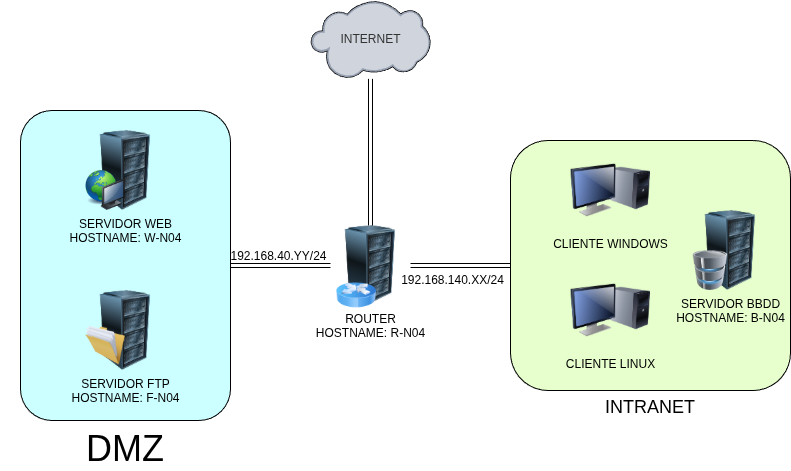
This is media/DISEÑO RED.png from UnaiLlagostera-ITB2425/P0.0-ASIXc2AC-G04, a draw.io export, as it was before one commit. Source tidied: cells renumbered, new cells last; positions are measured from the earlier drawing's top-left corner, leaving out a move shared by most shapes. The source it was exported from:
```xml
<mxGraphModel>
  <root>
    <mxCell id="0" />
    <mxCell id="1" parent="0" />
    <mxCell id="2" value="&lt;span style=&quot;font-size: 18px;&quot;&gt;INTRANET&lt;/span&gt;" style="rounded=1;whiteSpace=wrap;html=1;fillColor=#E6FFCC;labelPosition=center;verticalLabelPosition=bottom;align=center;verticalAlign=top;" parent="1" vertex="1">
      <mxGeometry x="510" y="140" width="280" height="250" as="geometry" />
    </mxCell>
    <mxCell id="3" style="group;" parent="1" vertex="1">
      <mxGeometry x="330" y="225" width="80" height="100" as="geometry" />
    </mxCell>
    <mxCell id="4" value="ROUTER&lt;div&gt;HOSTNAME: R-N04&lt;/div&gt;" style="image;html=1;image=img/lib/clip_art/computers/Server_Rack_128x128.png;labelBackgroundColor=none;" parent="3" vertex="1">
      <mxGeometry width="80" height="80" as="geometry" />
    </mxCell>
    <mxCell id="5" style="image;html=1;image=img/lib/clip_art/networking/Router_Icon_128x128.png;" parent="3" vertex="1">
      <mxGeometry x="6" y="40" width="40" height="60" as="geometry" />
    </mxCell>
    <mxCell id="6" value="INTERNET" style="verticalLabelPosition=middle;sketch=0;html=1;verticalAlign=middle;align=center;outlineConnect=0;shape=mxgraph.citrix.cloud;labelPosition=center;fillColor=#f5f5f5;fontColor=#333333;strokeColor=#666666;" parent="1" vertex="1">
      <mxGeometry x="310" width="120" height="78.3" as="geometry" />
    </mxCell>
    <mxCell id="7" value="CLIENTE LINUX" style="image;html=1;image=img/lib/clip_art/computers/Monitor_Tower_128x128.png;labelBackgroundColor=none;" parent="1" vertex="1">
      <mxGeometry x="570" y="270" width="80" height="80" as="geometry" />
    </mxCell>
    <mxCell id="8" value="CLIENTE WINDOWS" style="image;html=1;image=img/lib/clip_art/computers/Monitor_Tower_128x128.png;labelBackgroundColor=none;" parent="1" vertex="1">
      <mxGeometry x="570" y="150" width="80" height="80" as="geometry" />
    </mxCell>
    <mxCell id="9" style="shape=link;html=1;rounded=0;exitX=0.5;exitY=0;exitDx=0;exitDy=0;" parent="1" edge="1" source="4" target="6">
      <mxGeometry relative="1" as="geometry" />
    </mxCell>
    <mxCell id="10" style="shape=link;html=1;rounded=0;exitX=1;exitY=0.5;exitDx=0;exitDy=0;entryX=0;entryY=0.5;entryDx=0;entryDy=0;" parent="1" edge="1" source="4" target="2">
      <mxGeometry relative="1" as="geometry" />
    </mxCell>
    <mxCell id="11" value="192.168.140.XX/24" style="edgeLabel;html=1;align=center;verticalAlign=top;fontSize=12;" parent="10" vertex="1">
      <mxGeometry x="-0.18" y="-1" relative="1" as="geometry" />
    </mxCell>
    <mxCell id="12" style="shape=link;html=1;rounded=0;exitX=1;exitY=0.5;exitDx=0;exitDy=0;entryX=0;entryY=0.5;entryDx=0;entryDy=0;" parent="1" edge="1" source="15" target="4">
      <mxGeometry relative="1" as="geometry" />
    </mxCell>
    <mxCell id="13" value="192.168.40.YY/24" style="edgeLabel;html=1;align=center;verticalAlign=bottom;fontSize=12;" parent="12" vertex="1">
      <mxGeometry x="-0.05" y="1" relative="1" as="geometry" />
    </mxCell>
    <mxCell id="14" style="group;" parent="1" vertex="1">
      <mxGeometry y="110" width="310" height="310" as="geometry" />
    </mxCell>
    <mxCell id="15" value="&lt;div&gt;&lt;span style=&quot;background-color: transparent; color: light-dark(rgb(0, 0, 0), rgb(255, 255, 255)); font-size: 36px;&quot;&gt;DMZ&lt;/span&gt;&lt;/div&gt;" style="rounded=1;whiteSpace=wrap;html=1;fillColor=#CCFFFF;align=center;labelPosition=center;verticalLabelPosition=bottom;verticalAlign=top;" parent="14" vertex="1">
      <mxGeometry x="20" width="210" height="310" as="geometry" />
    </mxCell>
    <mxCell id="16" style="group;fillColor=none;labelBackgroundColor=none;fontColor=default;" parent="14" vertex="1">
      <mxGeometry x="85" y="20" width="80" height="80" as="geometry" />
    </mxCell>
    <mxCell id="17" value="&lt;font&gt;SERVIDOR WEB&lt;/font&gt;&lt;div&gt;&lt;font&gt;HOSTNAME: W-N04&lt;/font&gt;&lt;/div&gt;" style="image;html=1;image=img/lib/clip_art/computers/Server_Rack_128x128.png;labelBackgroundColor=none;" parent="16" vertex="1">
      <mxGeometry width="80" height="80" as="geometry" />
    </mxCell>
    <mxCell id="18" style="image;html=1;image=img/lib/clip_art/computers/Network_128x128.png;" parent="16" vertex="1">
      <mxGeometry y="40" width="40" height="40" as="geometry" />
    </mxCell>
    <mxCell id="19" style="group;labelBackgroundColor=none;" parent="14" vertex="1">
      <mxGeometry x="85" y="180" width="80" height="80" as="geometry" />
    </mxCell>
    <mxCell id="20" value="&lt;span&gt;SERVIDOR FTP&lt;/span&gt;&lt;div&gt;&lt;span&gt;HOSTNAME: F-N04&lt;/span&gt;&lt;/div&gt;" style="image;html=1;image=img/lib/clip_art/computers/Server_Rack_128x128.png;labelBackgroundColor=none;" parent="19" vertex="1">
      <mxGeometry width="80" height="80" as="geometry" />
    </mxCell>
    <mxCell id="21" style="image;html=1;image=img/lib/clip_art/general/Full_Folder_128x128.png;" parent="19" vertex="1">
      <mxGeometry y="30" width="40" height="50" as="geometry" />
    </mxCell>
    <mxCell id="22" style="group;" parent="1" vertex="1">
      <mxGeometry x="680" y="210" width="90" height="80" as="geometry" />
    </mxCell>
    <mxCell id="23" value="SERVIDOR BBDD&lt;div&gt;&lt;span&gt;HOSTNAME: B-N04&lt;/span&gt;&lt;/div&gt;" style="image;html=1;image=img/lib/clip_art/computers/Server_Rack_128x128.png;labelBackgroundColor=none;" parent="22" vertex="1">
      <mxGeometry x="10" width="80" height="80" as="geometry" />
    </mxCell>
    <mxCell id="24" style="image;html=1;image=img/lib/clip_art/computers/Database_128x128.png;" parent="22" vertex="1">
      <mxGeometry y="40" width="60" height="40" as="geometry" />
    </mxCell>
  </root>
</mxGraphModel>
```
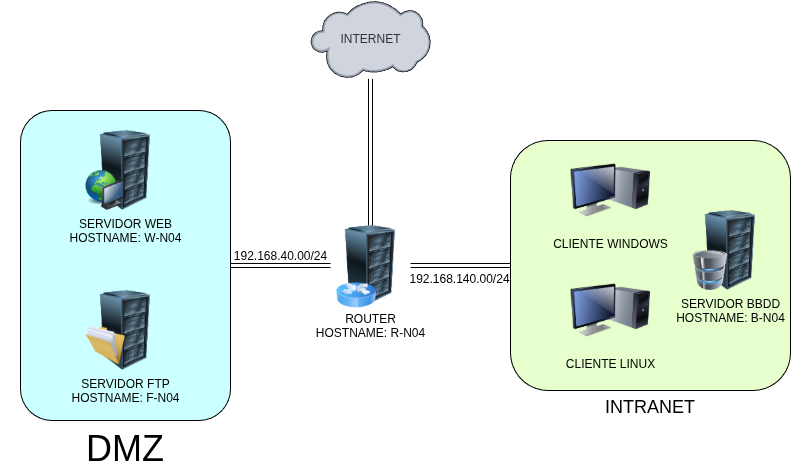
Later version of the same file.

Commit message:
erick 1201 cambio imagen diseno red

Change to the diagram source:
```diff
@@ -29,14 +29,18 @@
     <mxCell id="10" style="shape=link;html=1;rounded=0;exitX=1;exitY=0.5;exitDx=0;exitDy=0;entryX=0;entryY=0.5;entryDx=0;entryDy=0;" parent="1" edge="1" source="4" target="2">
       <mxGeometry relative="1" as="geometry" />
     </mxCell>
-    <mxCell id="11" value="192.168.140.XX/24" style="edgeLabel;html=1;align=center;verticalAlign=top;fontSize=12;" parent="10" vertex="1">
-      <mxGeometry x="-0.18" y="-1" relative="1" as="geometry" />
+    <mxCell id="11" value="192.168.140.00/24" style="edgeLabel;html=1;align=center;verticalAlign=top;fontSize=12;" parent="10" vertex="1">
+      <mxGeometry x="-0.18" y="-1" relative="1" as="geometry">
+        <mxPoint x="7" y="-1" as="offset" />
+      </mxGeometry>
     </mxCell>
     <mxCell id="12" style="shape=link;html=1;rounded=0;exitX=1;exitY=0.5;exitDx=0;exitDy=0;entryX=0;entryY=0.5;entryDx=0;entryDy=0;" parent="1" edge="1" source="15" target="4">
       <mxGeometry relative="1" as="geometry" />
     </mxCell>
-    <mxCell id="13" value="192.168.40.YY/24" style="edgeLabel;html=1;align=center;verticalAlign=bottom;fontSize=12;" parent="12" vertex="1">
-      <mxGeometry x="-0.05" y="1" relative="1" as="geometry" />
+    <mxCell id="13" value="192.168.40.00/24" style="edgeLabel;html=1;align=center;verticalAlign=bottom;fontSize=12;" parent="12" vertex="1">
+      <mxGeometry x="-0.05" y="1" relative="1" as="geometry">
+        <mxPoint x="2" as="offset" />
+      </mxGeometry>
     </mxCell>
     <mxCell id="14" style="group;" parent="1" vertex="1">
       <mxGeometry y="110" width="310" height="310" as="geometry" />
```
